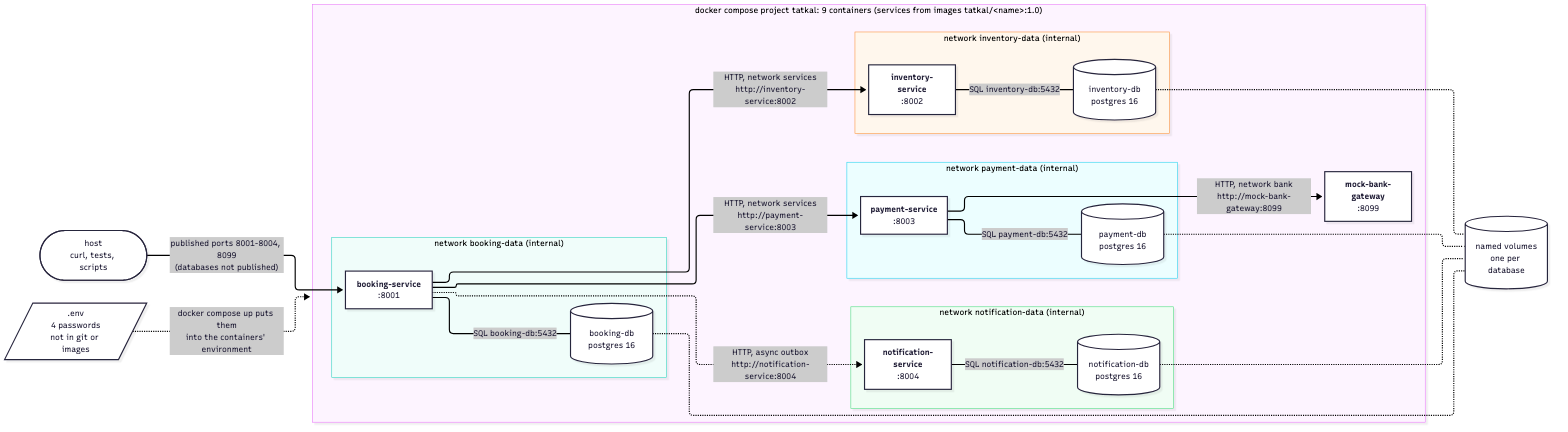
This is docs/diagrams/deployment-compose.png from spaceman-dev/tatkal-booking-microservices, a Mermaid export, as it was before one commit. Its source is kept beside it as docs/diagrams/deployment-compose.mmd. Source of this version:
```mermaid
flowchart LR
    client(["host<br/>curl, tests, scripts"])

    subgraph tatkal["docker compose project tatkal: 9 containers (services from images tatkal/&lt;name&gt;:1.0)"]
        direction LR
        subgraph bnet["network booking-data (internal)"]
            direction TB
            booking["<b>booking-service</b><br/>:8001"]
            bdb[("booking-db<br/>postgres 16")]
        end
        subgraph inet["network inventory-data (internal)"]
            direction TB
            inventory["<b>inventory-service</b><br/>:8002"]
            idb[("inventory-db<br/>postgres 16")]
        end
        subgraph pnet["network payment-data (internal)"]
            direction TB
            payment["<b>payment-service</b><br/>:8003"]
            pdb[("payment-db<br/>postgres 16")]
        end
        subgraph nnet["network notification-data (internal)"]
            direction TB
            notification["<b>notification-service</b><br/>:8004"]
            ndb[("notification-db<br/>postgres 16")]
        end
        bank["<b>mock-bank-gateway</b><br/>:8099"]
    end

    vols[("named volumes<br/>one per database")]
    envfile[/".env<br/>4 passwords<br/>not in git or images"/]

    client -- "published ports 8001-8004, 8099<br/>(databases not published)" --> booking
    booking -- "HTTP, network services<br/>http://inventory-service:8002" --> inventory
    booking -- "HTTP, network services<br/>http://payment-service:8003" --> payment
    booking -. "HTTP, async outbox<br/>http://notification-service:8004" .-> notification
    payment -- "HTTP, network bank<br/>http://mock-bank-gateway:8099" --> bank
    booking -- "SQL booking-db:5432" --- bdb
    inventory -- "SQL inventory-db:5432" --- idb
    payment -- "SQL payment-db:5432" --- pdb
    notification -- "SQL notification-db:5432" --- ndb
    bdb -.- vols
    idb -.- vols
    pdb -.- vols
    ndb -.- vols
    envfile -. "docker compose up puts them<br/>into the containers' environment" .-> tatkal
```
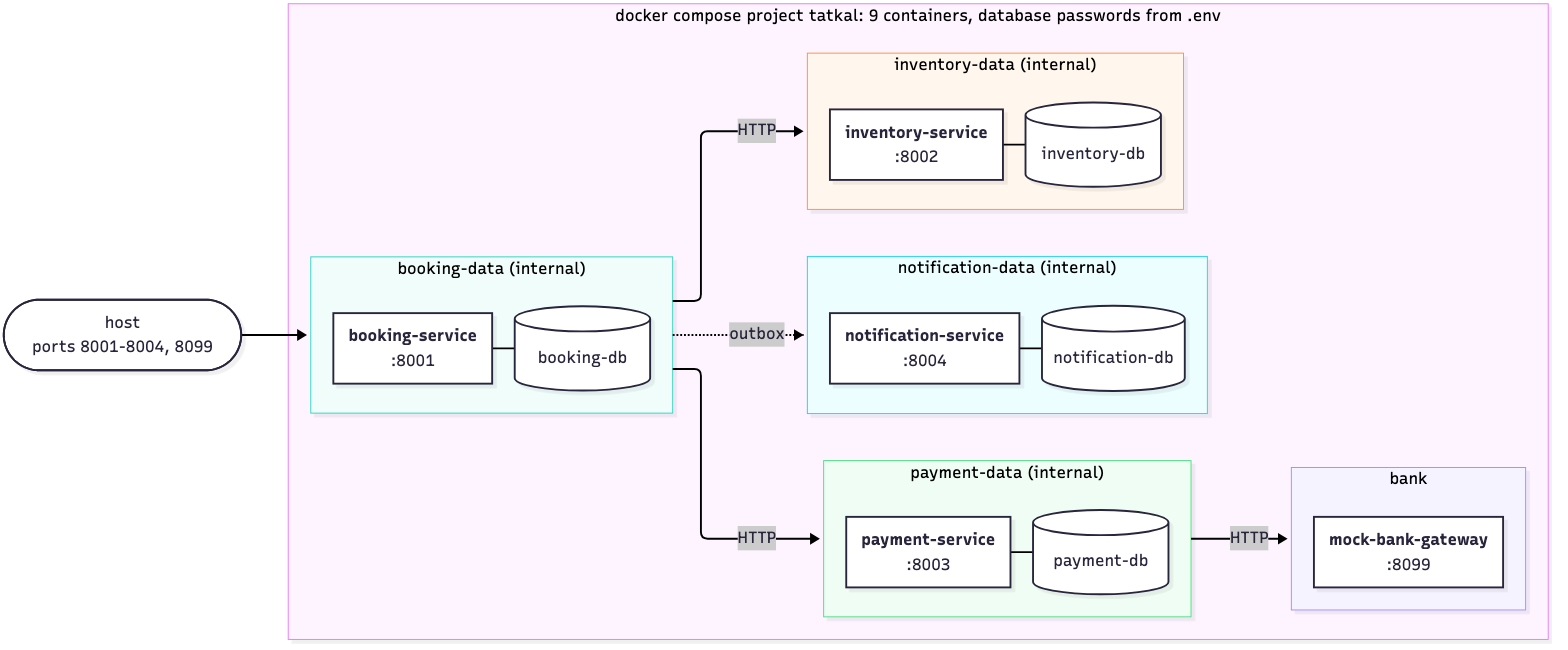
After the change.

Commit message:
deployment diagrams: smaller layout, shown in the READMEs

Change to the diagram source:
```diff
@@ -1,45 +1,30 @@
+%%{init: {"themeVariables": {"fontSize": "17px"}, "flowchart": {"nodeSpacing": 18, "rankSpacing": 46, "diagramPadding": 4, "wrappingWidth": 260}}}%%
 flowchart LR
-    client(["host<br/>curl, tests, scripts"])
-
-    subgraph tatkal["docker compose project tatkal: 9 containers (services from images tatkal/&lt;name&gt;:1.0)"]
+    client(["host<br/>ports 8001-8004, 8099"])
+    subgraph tatkal["docker compose project tatkal: 9 containers, database passwords from .env"]
         direction LR
-        subgraph bnet["network booking-data (internal)"]
+        subgraph bnet["booking-data (internal)"]
             direction TB
-            booking["<b>booking-service</b><br/>:8001"]
-            bdb[("booking-db<br/>postgres 16")]
+            booking["<b>booking-service</b><br/>:8001"] --- bdb[("booking-db")]
         end
-        subgraph inet["network inventory-data (internal)"]
-            direction TB
-            inventory["<b>inventory-service</b><br/>:8002"]
-            idb[("inventory-db<br/>postgres 16")]
+        subgraph inet["inventory-data (internal)"]
+            direction LR
+            inventory["<b>inventory-service</b><br/>:8002"] --- idb[("inventory-db")]
         end
-        subgraph pnet["network payment-data (internal)"]
-            direction TB
-            payment["<b>payment-service</b><br/>:8003"]
-            pdb[("payment-db<br/>postgres 16")]
+        subgraph nnet["notification-data (internal)"]
+            direction LR
+            notification["<b>notification-service</b><br/>:8004"] --- ndb[("notification-db")]
         end
-        subgraph nnet["network notification-data (internal)"]
-            direction TB
-            notification["<b>notification-service</b><br/>:8004"]
-            ndb[("notification-db<br/>postgres 16")]
+        subgraph pnet["payment-data (internal)"]
+            direction LR
+            payment["<b>payment-service</b><br/>:8003"] --- pdb[("payment-db")]
         end
-        bank["<b>mock-bank-gateway</b><br/>:8099"]
+        subgraph banknet["bank"]
+            bank["<b>mock-bank-gateway</b><br/>:8099"]
+        end
     end
-
-    vols[("named volumes<br/>one per database")]
-    envfile[/".env<br/>4 passwords<br/>not in git or images"/]
-
-    client -- "published ports 8001-8004, 8099<br/>(databases not published)" --> booking
-    booking -- "HTTP, network services<br/>http://inventory-service:8002" --> inventory
-    booking -- "HTTP, network services<br/>http://payment-service:8003" --> payment
-    booking -. "HTTP, async outbox<br/>http://notification-service:8004" .-> notification
-    payment -- "HTTP, network bank<br/>http://mock-bank-gateway:8099" --> bank
-    booking -- "SQL booking-db:5432" --- bdb
-    inventory -- "SQL inventory-db:5432" --- idb
-    payment -- "SQL payment-db:5432" --- pdb
-    notification -- "SQL notification-db:5432" --- ndb
-    bdb -.- vols
-    idb -.- vols
-    pdb -.- vols
-    ndb -.- vols
-    envfile -. "docker compose up puts them<br/>into the containers' environment" .-> tatkal
+    client --> bnet
+    bnet -- "HTTP" --> inet
+    bnet -. "outbox" .-> nnet
+    bnet -- "HTTP" --> pnet
+    pnet -- "HTTP" --> banknet
```
